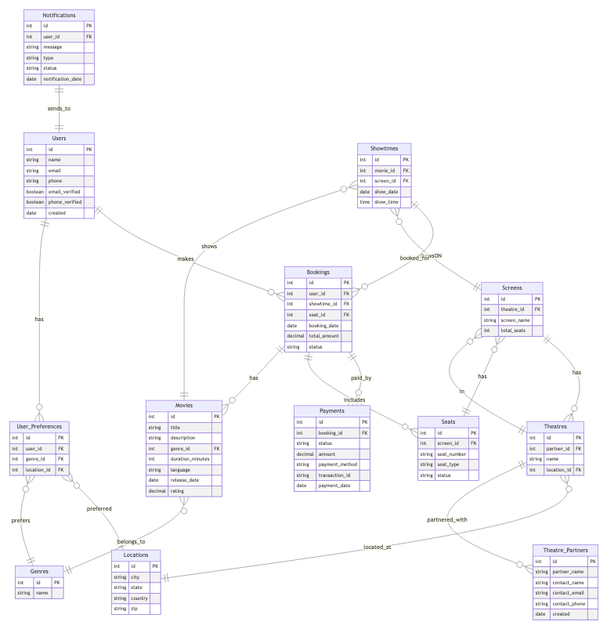
code2end/psapient-assessment keeps this Mermaid diagram as diagrams/er.png. Above is the earlier version. Its source is kept beside it as diagrams/er.mmd. The source it was exported from:
```mermaid
erDiagram
    Users {
        int id PK
        string name
        string email
        string phone
        boolean email_verified
        boolean phone_verified
        date created
    }

    User_Preferences {
        int id PK
        int user_id FK
        int genre_id FK
        int location_id FK
    }

    Movies {
        int id PK
        string title
        string description
        int genre_id FK
        int duration_minutes
        string language
        date release_date
        decimal rating
    }

    Genres {
        int id PK
        string name
    }

    Showtimes {
        int id PK
        int movie_id FK
        int screen_id FK
        date show_date
        time show_time
    }

    Screens {
        int id PK
        int theatre_id FK
        string screen_name
        int total_seats
    }

    Seats {
        int id PK
        int screen_id FK
        string seat_number
        string seat_type
        string status
    }

    Theatres {
        int id PK
        int partner_id FK
        string name
        int location_id FK
    }

    Theatre_Partners {
        int id PK
        string partner_name
        string contact_name
        string contact_email
        string contact_phone
        date created
    }

    Bookings {
        int id PK
        int user_id FK
        int showtime_id FK
        int seat_id FK
        date booking_date
        decimal total_amount
        string status
    }

    Payments {
        int id PK
        int booking_id FK
        string status
        decimal amount
        string payment_method
        string transaction_id
        date payment_date
    }

    Locations {
        int id PK
        string city
        string state
        string country
        string zip
    }

    Notifications {
        int id PK
        int user_id FK
        string message
        string type
        string status
        date notification_date
    }

    Users ||--o{ User_Preferences: has
    User_Preferences }o--|| Genres: prefers
    Movies }o--|| Genres: belongs_to
    Showtimes }o--|| Movies: shows
    Showtimes }o--|| Screens: showsON
    Screens }o--|| Theatres: in
    Theatres }o--|| Screens: has
    Screens }o--|| Seats: has
    Theatres ||--o{ Theatre_Partners: partnered_with
    Showtimes ||--o{ Bookings: booked_for
    Users ||--o{ Bookings: makes
    Bookings ||--o{ Movies: has
    Bookings ||--o{ Seats: includes
    Bookings ||--o{ Payments: paid_by
    Theatres }o--|| Locations: located_at
    User_Preferences }o--|| Locations: preferred
    Notifications ||--|| Users: sends_to
```
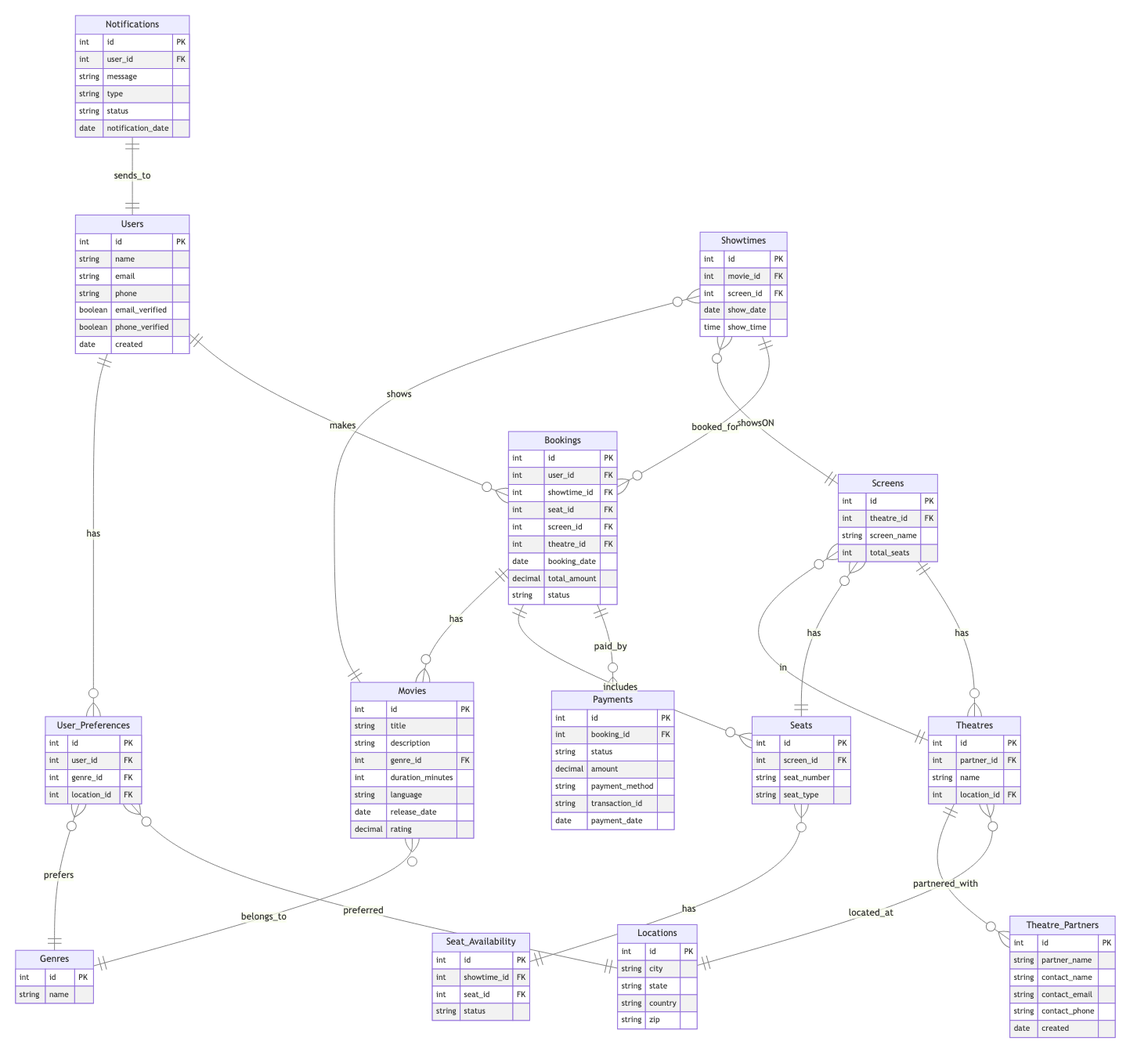
Above is the later version.

What changed in the source:
```diff
@@ -52,6 +52,12 @@
         int screen_id FK
         string seat_number
         string seat_type
+    }
+
+    Seat_Availability {
+        int id PK
+        int showtime_id FK
+        int seat_id FK
         string status
     }
 
@@ -76,6 +82,8 @@
         int user_id FK
         int showtime_id FK
         int seat_id FK
+        int screen_id FK
+        int theatre_id FK
         date booking_date
         decimal total_amount
         string status
@@ -116,6 +124,7 @@
     Screens }o--|| Theatres: in
     Theatres }o--|| Screens: has
     Screens }o--|| Seats: has
+    Seats }o--|| Seat_Availability: has
     Theatres ||--o{ Theatre_Partners: partnered_with
     Showtimes ||--o{ Bookings: booked_for
     Users ||--o{ Bookings: makes
```
